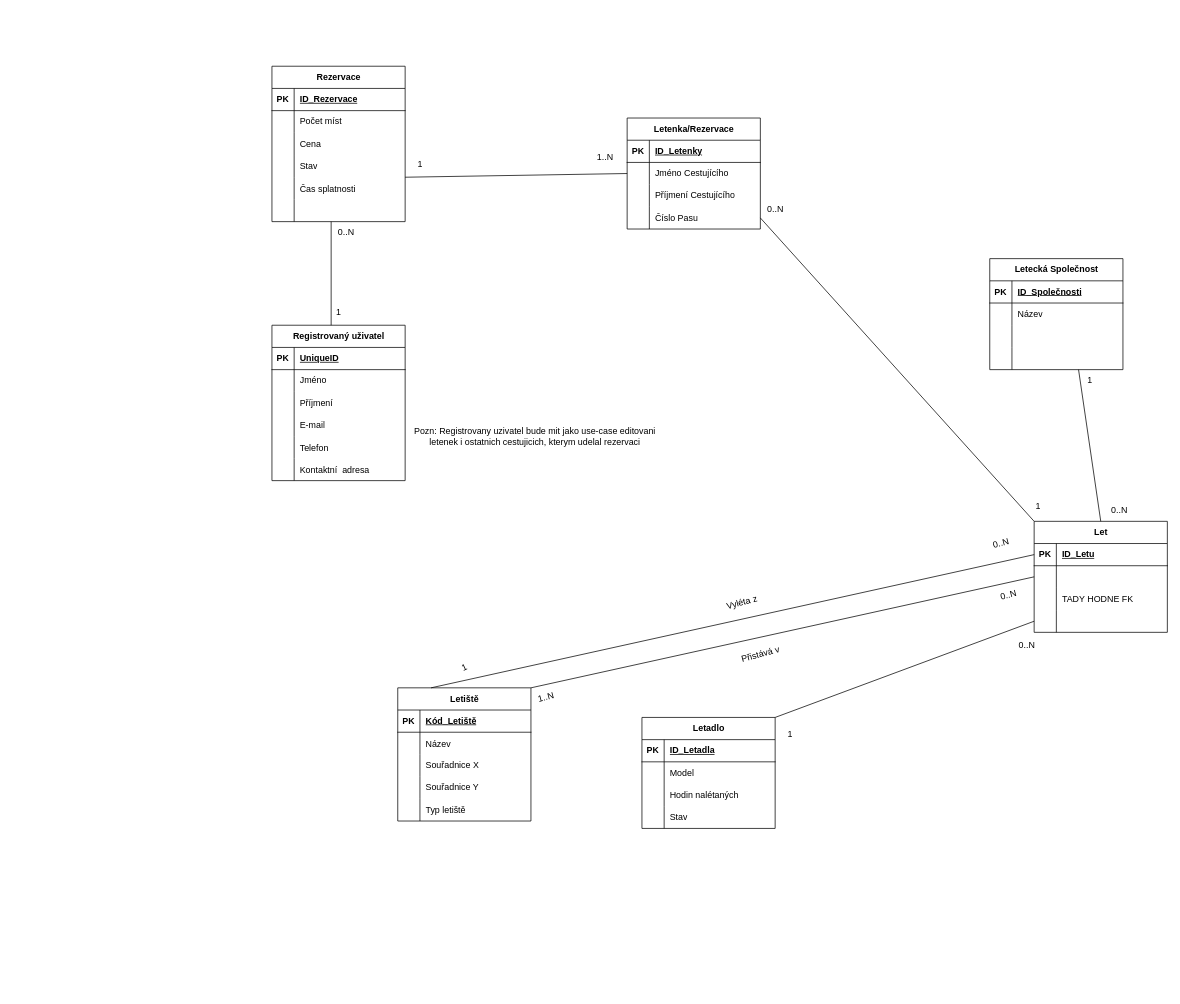
Before: ER.drawio in Vacko32/IDSProject, a draw.io diagram. Source tidied: cells renumbered, new cells numbered last; positions are measured from the earlier drawing's top-left corner, leaving out a move shared by most shapes. Both pictures are drawn from the tidied source at 74%, with x=0, y=0 at pixel (272, 66).
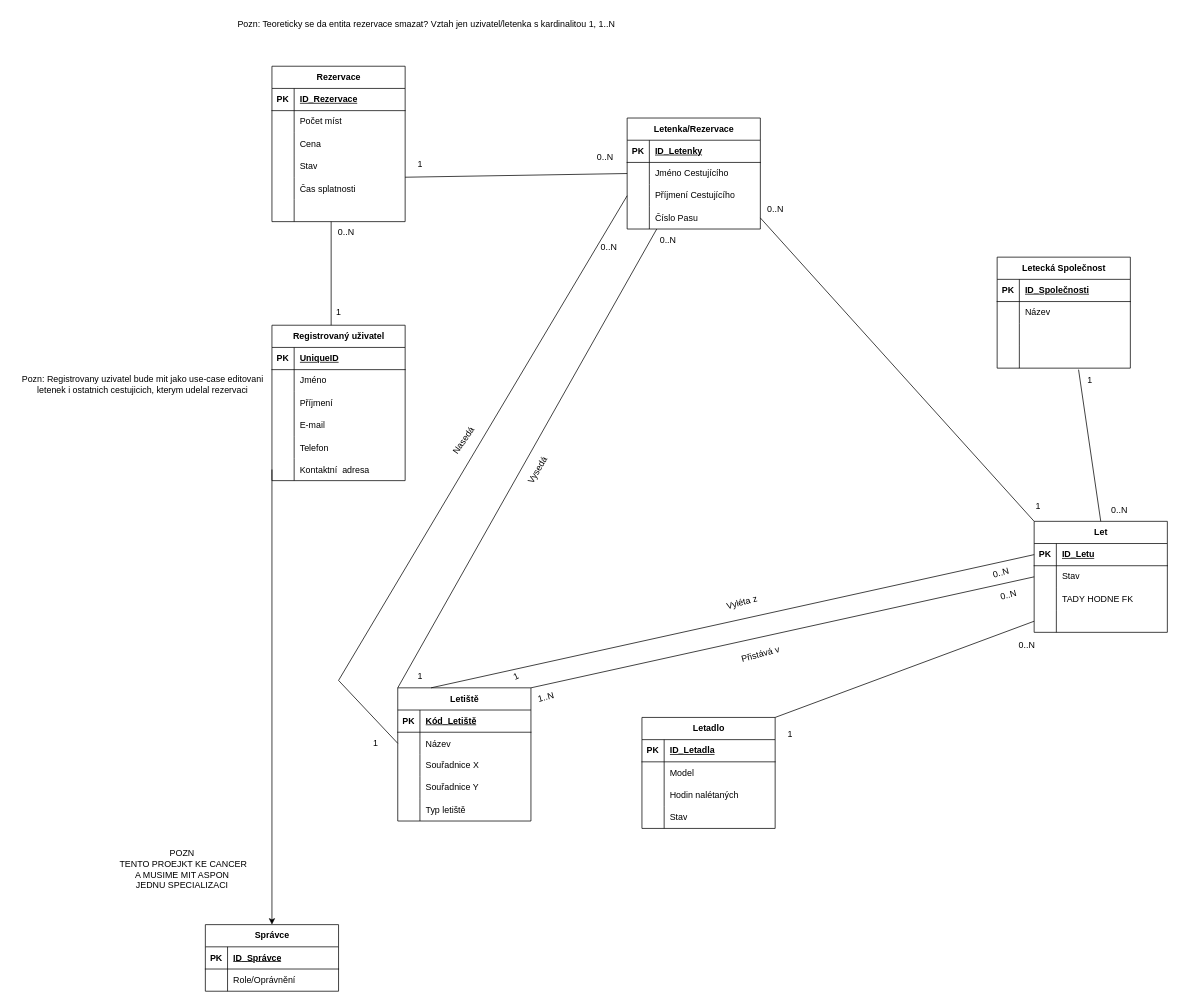
After the change.

Commit message:
added spravce, edit vazby

Unchanged cells that the change refers to:
```xml
<mxCell id="9" style="shape=tableRow;horizontal=0;startSize=0;swimlaneHead=0;swimlaneBody=0;fillColor=none;points=[[0,0.5],[1,0.5]];portConstraint=eastwest;top=0;left=0;right=0;bottom=0;" parent="2" vertex="1">
  <mxGeometry y="90" width="180" height="30" as="geometry" />
</mxCell>
<mxCell id="28" value="Letiště" style="shape=table;startSize=30;childLayout=tableLayout;rowLines=0;fontStyle=1;align=center;html=1;" parent="1" vertex="1">
  <mxGeometry x="170" y="840" width="180" height="180" as="geometry" />
</mxCell>
<mxCell id="32" style="shape=tableRow;horizontal=0;startSize=0;swimlaneHead=0;swimlaneBody=0;fillColor=none;points=[[0,0.5],[1,0.5]];portConstraint=eastwest;top=0;left=0;right=0;bottom=0;" parent="28" vertex="1">
  <mxGeometry y="60" width="180" height="30" as="geometry" />
</mxCell>
<mxCell id="61" style="shape=tableRow;horizontal=0;startSize=0;swimlaneHead=0;swimlaneBody=0;fillColor=none;points=[[0,0.5],[1,0.5]];portConstraint=eastwest;top=0;left=0;right=0;bottom=0;" parent="57" vertex="1">
  <mxGeometry y="60" width="180" height="30" as="geometry" />
</mxCell>
<mxCell id="110" style="shape=tableRow;horizontal=0;startSize=0;swimlaneHead=0;swimlaneBody=0;fillColor=none;points=[[0,0.5],[1,0.5]];portConstraint=eastwest;top=0;left=0;right=0;bottom=0;" parent="94" vertex="1">
  <mxGeometry y="180" width="180" height="30" as="geometry" />
</mxCell>
```

Change to the diagram source:
```diff
@@
     <mxCell id="15" value="Letecká Společnost" style="shape=table;startSize=30;childLayout=tableLayout;rowLines=0;fontStyle=1;align=center;html=1;" parent="1" vertex="1">
-      <mxGeometry x="970" y="260" width="180" height="150" as="geometry" />
+      <mxGeometry x="980" y="258" width="180" height="150" as="geometry" />
     </mxCell>
@@
-    <mxCell id="63" style="shape=partialRectangle;fillColor=none;top=0;left=0;bottom=0;right=0;align=left;spacingLeft=6;overflow=hidden;whiteSpace=wrap;html=1;" parent="61" vertex="1">
+    <mxCell id="63" value="Stav" style="shape=partialRectangle;fillColor=none;top=0;left=0;bottom=0;right=0;align=left;spacingLeft=6;overflow=hidden;whiteSpace=wrap;html=1;" parent="61" vertex="1">
       <mxGeometry x="30" width="150" height="30" as="geometry" />
     </mxCell>
@@
     <mxCell id="115" value="Pozn: Registrovany uzivatel bude mit jako use-case editovani&lt;br&gt;letenek i ostatnich cestujicich, kterym udelal rezervaci" style="text;html=1;align=center;verticalAlign=middle;strokeColor=none;fillColor=none;" parent="1" vertex="1">
-      <mxGeometry x="180" y="480" width="350" height="40" as="geometry" />
+      <mxGeometry x="-350" y="410" width="350" height="40" as="geometry" />
     </mxCell>
@@
-    <mxCell id="119" value="1..N" style="text;html=1;align=center;verticalAlign=middle;strokeColor=none;fillColor=none;" parent="1" vertex="1">
+    <mxCell id="119" value="0..N" style="text;html=1;align=center;verticalAlign=middle;strokeColor=none;fillColor=none;" parent="1" vertex="1">
       <mxGeometry x="425" y="108" width="50" height="30" as="geometry" />
     </mxCell>
@@
     <mxCell id="128" value="0..N" style="text;html=1;align=center;verticalAlign=middle;strokeColor=none;fillColor=none;rotation=-15;" parent="1" vertex="1">
-      <mxGeometry x="960" y="630" width="50" height="30" as="geometry" />
+      <mxGeometry x="960" y="670" width="50" height="30" as="geometry" />
     </mxCell>
     <mxCell id="129" value="1" style="text;html=1;align=center;verticalAlign=middle;strokeColor=none;fillColor=none;rotation=-25;" parent="1" vertex="1">
-      <mxGeometry x="245" y="798" width="30" height="30" as="geometry" />
+      <mxGeometry x="315" y="810" width="30" height="30" as="geometry" />
     </mxCell>
@@
+    <mxCell id="132" value="Pozn: Teoreticky se da entita rezervace smazat? Vztah jen uzivatel/letenka s kardinalitou 1, 1..N&amp;nbsp;" style="text;html=1;align=center;verticalAlign=middle;strokeColor=none;fillColor=none;" parent="1" vertex="1">
+      <mxGeometry x="-60" y="-72" width="540" height="30" as="geometry" />
+    </mxCell>
+    <mxCell id="133" style="endArrow=none;html=1;rounded=0;exitX=0;exitY=0;exitDx=0;exitDy=0;" parent="1" edge="1" source="28">
+      <mxGeometry relative="1" as="geometry">
+        <mxPoint x="520" y="220" as="targetPoint" />
+      </mxGeometry>
+    </mxCell>
+    <mxCell id="134" style="endArrow=none;html=1;rounded=0;entryX=0;entryY=0.5;entryDx=0;entryDy=0;" parent="1" edge="1" target="32">
+      <mxGeometry relative="1" as="geometry">
+        <mxPoint x="90" y="830" as="sourcePoint" />
+      </mxGeometry>
+    </mxCell>
+    <mxCell id="135" style="endArrow=none;html=1;rounded=0;entryX=0;entryY=0.5;entryDx=0;entryDy=0;" parent="1" edge="1" target="9">
+      <mxGeometry relative="1" as="geometry">
+        <mxPoint x="90" y="830" as="sourcePoint" />
+      </mxGeometry>
+    </mxCell>
+    <mxCell id="136" value="Nasedá&amp;nbsp;" style="text;html=1;align=center;verticalAlign=middle;strokeColor=none;fillColor=none;rotation=-55;" parent="1" vertex="1">
+      <mxGeometry x="225" y="490" width="70" height="30" as="geometry" />
+    </mxCell>
+    <mxCell id="137" value="Vysedá&amp;nbsp;" style="text;html=1;align=center;verticalAlign=middle;strokeColor=none;fillColor=none;rotation=-60;" parent="1" vertex="1">
+      <mxGeometry x="325" y="530" width="70" height="30" as="geometry" />
+    </mxCell>
+    <mxCell id="138" value="1" style="text;html=1;align=center;verticalAlign=middle;strokeColor=none;fillColor=none;rotation=0;" parent="1" vertex="1">
+      <mxGeometry x="185" y="810" width="30" height="30" as="geometry" />
+    </mxCell>
+    <mxCell id="139" value="1" style="text;html=1;align=center;verticalAlign=middle;strokeColor=none;fillColor=none;rotation=0;" parent="1" vertex="1">
+      <mxGeometry x="125" y="900" width="30" height="30" as="geometry" />
+    </mxCell>
+    <mxCell id="140" value="0..N" style="text;html=1;align=center;verticalAlign=middle;strokeColor=none;fillColor=none;" parent="1" vertex="1">
+      <mxGeometry x="510" y="220" width="50" height="30" as="geometry" />
+    </mxCell>
+    <mxCell id="141" value="0..N" style="text;html=1;align=center;verticalAlign=middle;strokeColor=none;fillColor=none;" parent="1" vertex="1">
+      <mxGeometry x="430" y="230" width="50" height="30" as="geometry" />
+    </mxCell>
+    <mxCell id="142" style="endArrow=classic;html=1;rounded=0;exitX=0;exitY=0.5;exitDx=0;exitDy=0;entryX=0.5;entryY=0;entryDx=0;entryDy=0;" parent="1" edge="1" source="110" target="143">
+      <mxGeometry relative="1" as="geometry" />
+    </mxCell>
+    <mxCell id="143" value="Správce" style="shape=table;startSize=30;childLayout=tableLayout;rowLines=0;fontStyle=1;align=center;html=1;" parent="1" vertex="1">
+      <mxGeometry x="-90" y="1160" width="180" height="90" as="geometry" />
+    </mxCell>
+    <mxCell id="144" style="shape=tableRow;horizontal=0;startSize=0;swimlaneHead=0;swimlaneBody=0;fillColor=none;top=0;left=0;right=0;bottom=1;" parent="143" vertex="1">
+      <mxGeometry y="30" width="180" height="30" as="geometry" />
+    </mxCell>
+    <mxCell id="145" value="PK" style="shape=partialRectangle;fillColor=none;top=0;left=0;bottom=0;right=0;fontStyle=1;overflow=hidden;whiteSpace=wrap;html=1;" parent="144" vertex="1">
+      <mxGeometry width="30" height="30" as="geometry" />
+    </mxCell>
+    <mxCell id="146" value="ID_Správce" style="shape=partialRectangle;fillColor=none;top=0;left=0;bottom=0;right=0;align=left;spacingLeft=6;fontStyle=5;overflow=hidden;whiteSpace=wrap;html=1;" parent="144" vertex="1">
+      <mxGeometry x="30" width="150" height="30" as="geometry" />
+    </mxCell>
+    <mxCell id="147" style="shape=tableRow;horizontal=0;startSize=0;swimlaneHead=0;swimlaneBody=0;fillColor=none;top=0;left=0;right=0;bottom=0;" parent="143" vertex="1">
+      <mxGeometry y="60" width="180" height="30" as="geometry" />
+    </mxCell>
+    <mxCell id="148" style="shape=partialRectangle;fillColor=none;top=0;left=0;bottom=0;right=0;overflow=hidden;" parent="147" vertex="1">
+      <mxGeometry width="30" height="30" as="geometry" />
+    </mxCell>
+    <mxCell id="149" value="Role/Oprávnění" style="shape=partialRectangle;fillColor=none;top=0;left=0;bottom=0;right=0;align=left;spacingLeft=6;overflow=hidden;" parent="147" vertex="1">
+      <mxGeometry x="30" width="150" height="30" as="geometry" />
+    </mxCell>
+    <mxCell id="150" value="POZN&amp;nbsp;&lt;br&gt;TENTO PROEJKT KE CANCER&lt;br&gt;A MUSIME MIT ASPON&amp;nbsp;&lt;br&gt;JEDNU SPECIALIZACI&amp;nbsp;" style="text;html=1;align=center;verticalAlign=middle;strokeColor=none;fillColor=none;" parent="1" vertex="1">
+      <mxGeometry x="-220" y="1050" width="200" height="70" as="geometry" />
+    </mxCell>
```
